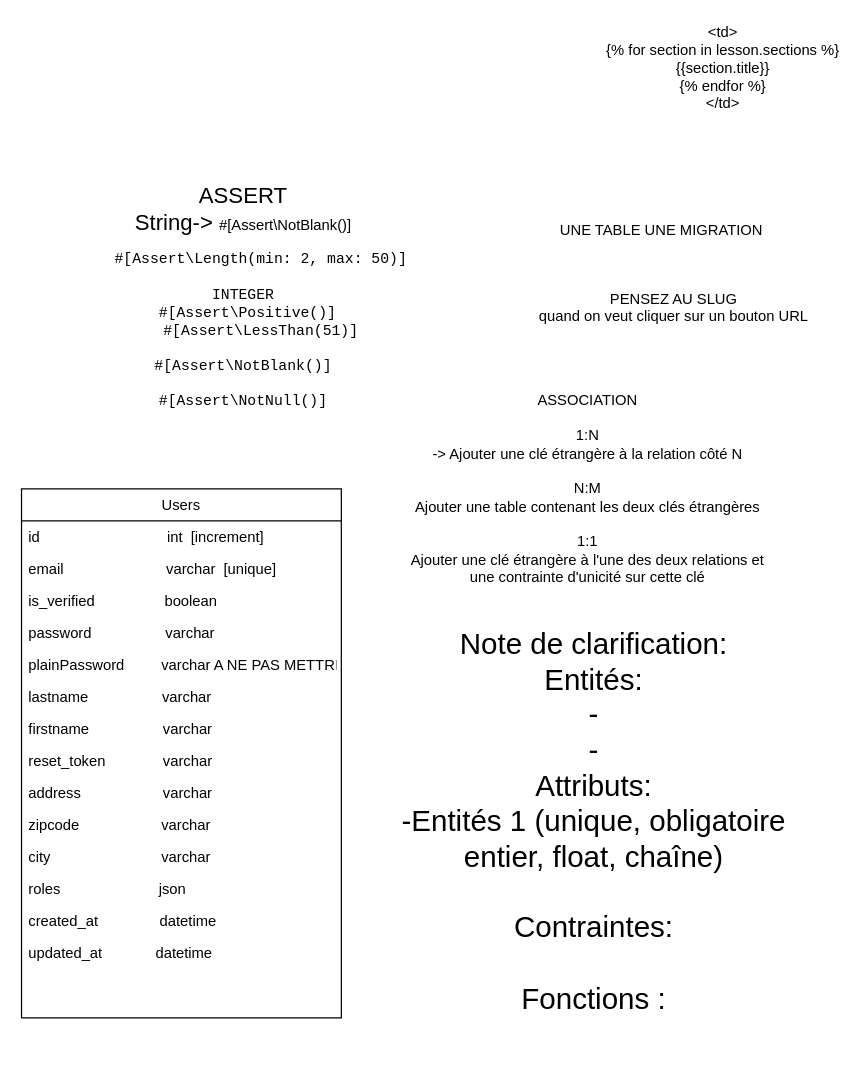
Before: astandard.drawio in cyrisa02/diagrammes-UML, a draw.io diagram. Source tidied: cells renumbered, new cells numbered last; positions are measured from the earlier drawing's top-left corner, leaving out a move shared by most shapes. Both pictures are drawn from the tidied source at 123%, with x=0, y=0 at pixel (21, 21).
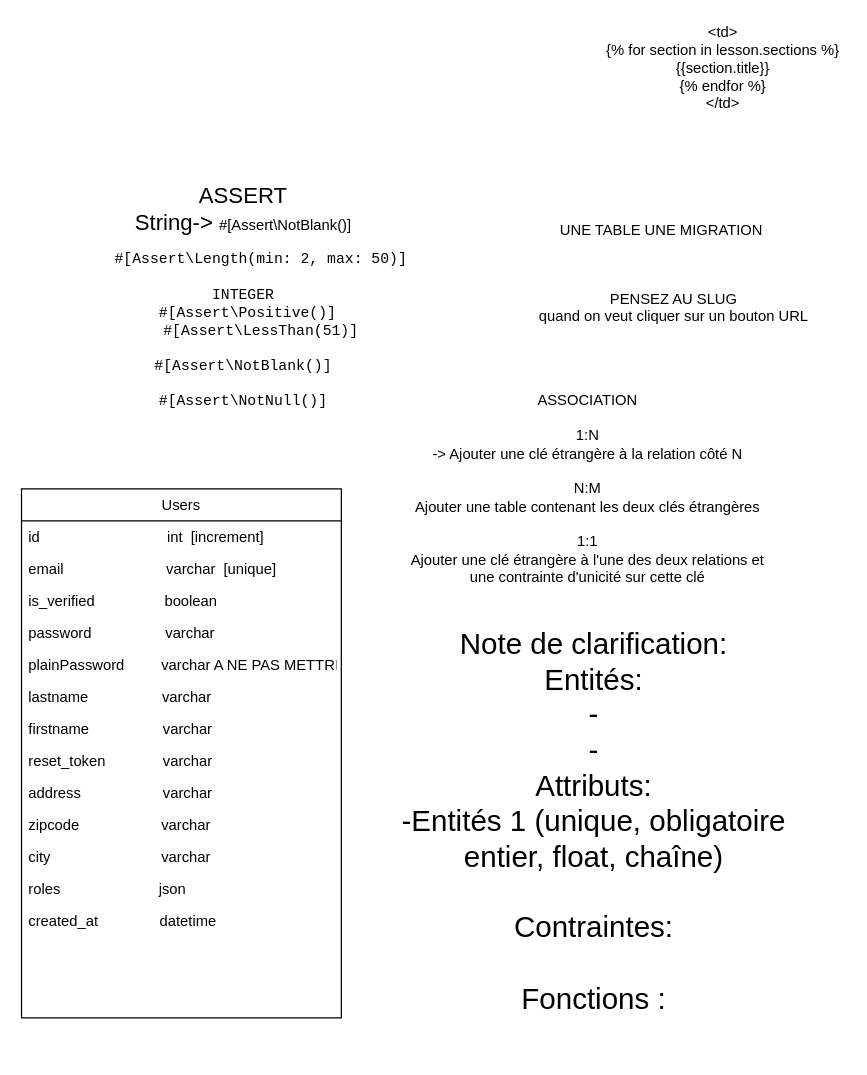
After the change.

Unchanged cells that the change refers to:
```xml
<mxCell id="2" value="Users" style="swimlane;fontStyle=0;align=center;verticalAlign=top;horizontal=1;startSize=26;rounded=0;shadow=0;strokeWidth=1;" parent="1" vertex="1">
  <mxGeometry y="380" width="260" height="430" as="geometry" />
</mxCell>
```

The edit, as a diff of the source:
```diff
@@
-    <mxCell id="16" value="updated_at             datetime" style="text;align=left;verticalAlign=top;spacingLeft=4;spacingRight=4;overflow=hidden;" parent="2" vertex="1">
-      <mxGeometry y="364" width="260" height="26" as="geometry" />
-    </mxCell>
```
